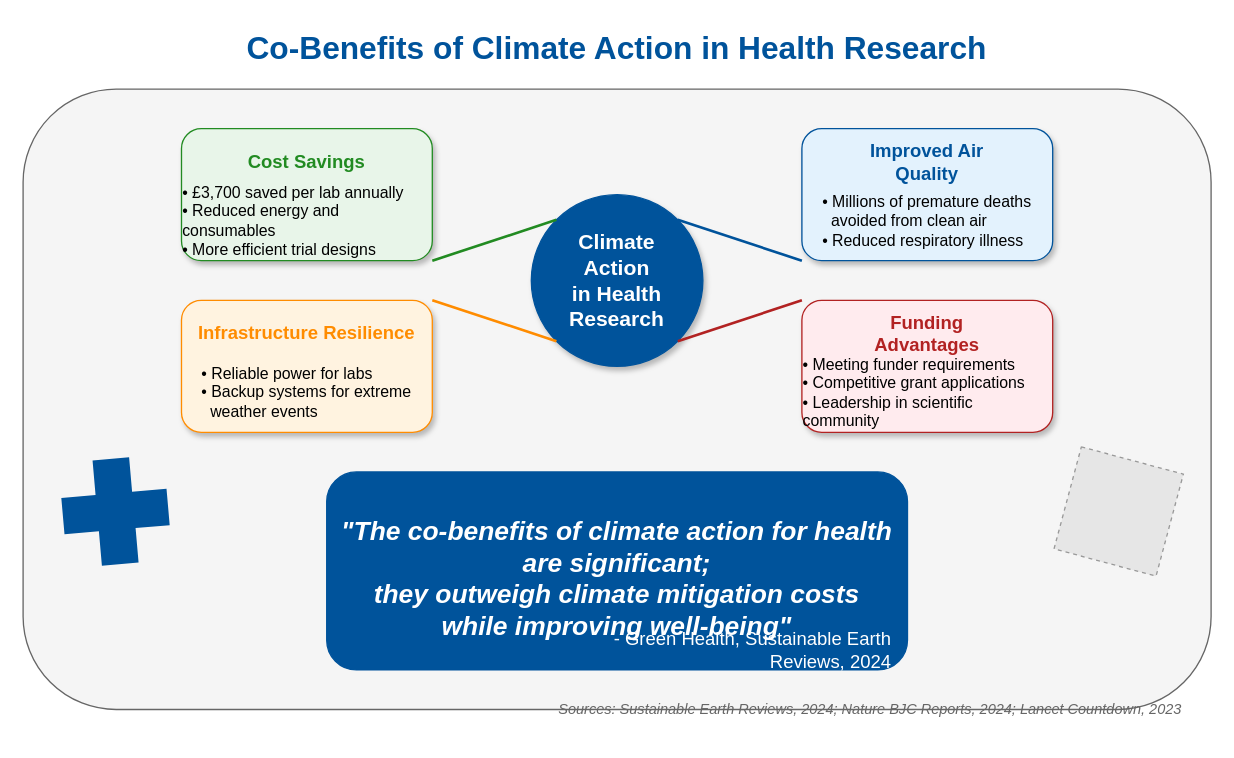
The draw.io diagram diagrams/health_climate_cobenefits.drawio in Logic06183/Task_presentation, before the edit. Source tidied: cells renumbered, new cells numbered last; positions are measured from the earlier drawing's top-left corner, leaving out a move shared by most shapes. Both pictures are drawn from the tidied source at 132%, with x=0, y=0 at pixel (22, 22). Pictures stored in the file or linked from it are replaced by grey dashed boxes.
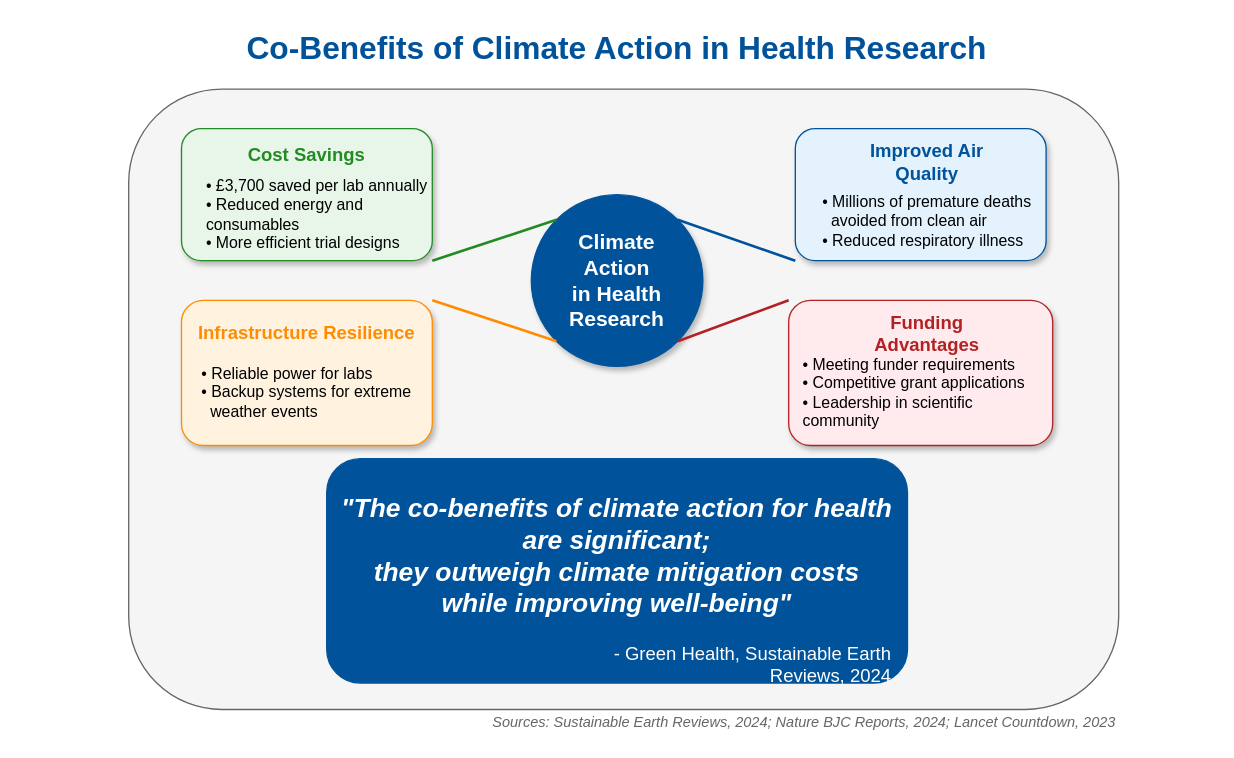
The same page after the edit.

What changed in the source:
```diff
@@
     <mxCell id="3" style="rounded=1;whiteSpace=wrap;html=1;fillColor=#F5F5F5;strokeColor=#666666;shadow=0;" parent="1" vertex="1">
-      <mxGeometry y="50" width="900" height="470" as="geometry" />
+      <mxGeometry x="80" y="50" width="750" height="470" as="geometry" />
     </mxCell>
@@
     <mxCell id="7" value="&lt;font face=&quot;Arial&quot; style=&quot;font-size: 14px;&quot; color=&quot;#228b22&quot;&gt;&lt;b&gt;Cost Savings&lt;/b&gt;&lt;/font&gt;" style="text;html=1;strokeColor=none;fillColor=none;align=center;verticalAlign=middle;whiteSpace=wrap;rounded=0;" parent="1" vertex="1">
-      <mxGeometry x="160" y="90" width="110" height="30" as="geometry" />
+      <mxGeometry x="160" y="85" width="110" height="30" as="geometry" />
     </mxCell>
     <mxCell id="8" value="&lt;div style=&quot;text-align: left;&quot;&gt;&lt;font face=&quot;Arial&quot;&gt;• £3,700 saved per lab annually&lt;/font&gt;&lt;/div&gt;&lt;div style=&quot;text-align: left;&quot;&gt;&lt;font face=&quot;Arial&quot;&gt;• Reduced energy and consumables&lt;/font&gt;&lt;/div&gt;&lt;div style=&quot;text-align: left;&quot;&gt;&lt;font face=&quot;Arial&quot;&gt;• More efficient trial designs&lt;/font&gt;&lt;/div&gt;" style="text;html=1;strokeColor=none;fillColor=none;align=center;verticalAlign=middle;whiteSpace=wrap;rounded=0;" parent="1" vertex="1">
-      <mxGeometry x="120" y="120" width="190" height="60" as="geometry" />
+      <mxGeometry x="138" y="115" width="190" height="60" as="geometry" />
     </mxCell>
     <mxCell id="9" style="rounded=1;whiteSpace=wrap;html=1;fillColor=#E3F2FD;strokeColor=#00539B;shadow=1;" parent="1" vertex="1">
-      <mxGeometry x="590" y="80" width="190" height="100" as="geometry" />
+      <mxGeometry x="585" y="80" width="190" height="100" as="geometry" />
     </mxCell>
@@
     <mxCell id="12" style="rounded=1;whiteSpace=wrap;html=1;fillColor=#FFF3E0;strokeColor=#FF8C00;shadow=1;" parent="1" vertex="1">
-      <mxGeometry x="120" y="210" width="190" height="100" as="geometry" />
+      <mxGeometry x="120" y="210" width="190" height="110" as="geometry" />
     </mxCell>
@@
     <mxCell id="15" style="rounded=1;whiteSpace=wrap;html=1;fillColor=#FFEBEE;strokeColor=#B22222;shadow=1;" parent="1" vertex="1">
-      <mxGeometry x="590" y="210" width="190" height="100" as="geometry" />
+      <mxGeometry x="580" y="210" width="200" height="110" as="geometry" />
     </mxCell>
@@
-    <mxCell id="22" style="shape=mxgraph.signs.healthcare.first_aid;html=1;fillColor=#00539B;strokeColor=none;verticalLabelPosition=bottom;verticalAlign=top;align=center;shadow=0;rotation=-5;" parent="1" vertex="1">
-      <mxGeometry x="30" y="330" width="80" height="80" as="geometry" />
-    </mxCell>
-    <mxCell id="23" style="fillColor=#E6E6E6;strokeColor=#999999;dashed=1;html=1;verticalAlign=top;verticalLabelPosition=bottom;labelBackgroundColor=#ffffff;rotation=15;" parent="1" vertex="1">
-      <mxGeometry x="790" y="330" width="80" height="80" as="geometry" />
-    </mxCell>
     <mxCell id="24" style="rounded=1;whiteSpace=wrap;html=1;fillColor=#00539B;strokeColor=#00539B;fontColor=#FFFFFF;shadow=0;" parent="1" vertex="1">
-      <mxGeometry x="230" y="340" width="440" height="150" as="geometry" />
+      <mxGeometry x="230" y="330" width="440" height="170" as="geometry" />
     </mxCell>
     <mxCell id="25" value="&lt;font style=&quot;font-size: 20px;&quot; face=&quot;Arial&quot; color=&quot;#ffffff&quot;&gt;&lt;b&gt;&quot;The co-benefits of climate action for health are significant;&lt;br&gt;they outweigh climate mitigation costs while improving well-being&quot;&lt;/b&gt;&lt;/font&gt;" style="text;html=1;strokeColor=none;fillColor=none;align=center;verticalAlign=middle;whiteSpace=wrap;rounded=0;fontStyle=2;" parent="1" vertex="1">
-      <mxGeometry x="240" y="390" width="420" height="60" as="geometry" />
+      <mxGeometry x="240" y="373" width="420" height="60" as="geometry" />
     </mxCell>
     <mxCell id="26" value="&lt;font style=&quot;font-size: 14px;&quot; face=&quot;Arial&quot; color=&quot;#ffffff&quot;&gt;- Green Health, Sustainable Earth Reviews, 2024&lt;/font&gt;" style="text;html=1;strokeColor=none;fillColor=none;align=right;verticalAlign=middle;whiteSpace=wrap;rounded=0;" parent="1" vertex="1">
-      <mxGeometry x="390" y="460" width="270" height="30" as="geometry" />
+      <mxGeometry x="390" y="471" width="270" height="30" as="geometry" />
     </mxCell>
     <mxCell id="27" value="&lt;font face=&quot;Arial&quot; style=&quot;font-size: 11px;&quot; color=&quot;#666666&quot;&gt;&lt;i&gt;Sources: Sustainable Earth Reviews, 2024; Nature BJC Reports, 2024; Lancet Countdown, 2023&lt;/i&gt;&lt;/font&gt;" style="text;html=1;strokeColor=none;fillColor=none;align=right;verticalAlign=middle;whiteSpace=wrap;rounded=0;" parent="1" vertex="1">
-      <mxGeometry x="390" y="510" width="490" height="20" as="geometry" />
+      <mxGeometry x="340" y="520" width="490" height="20" as="geometry" />
     </mxCell>
```
